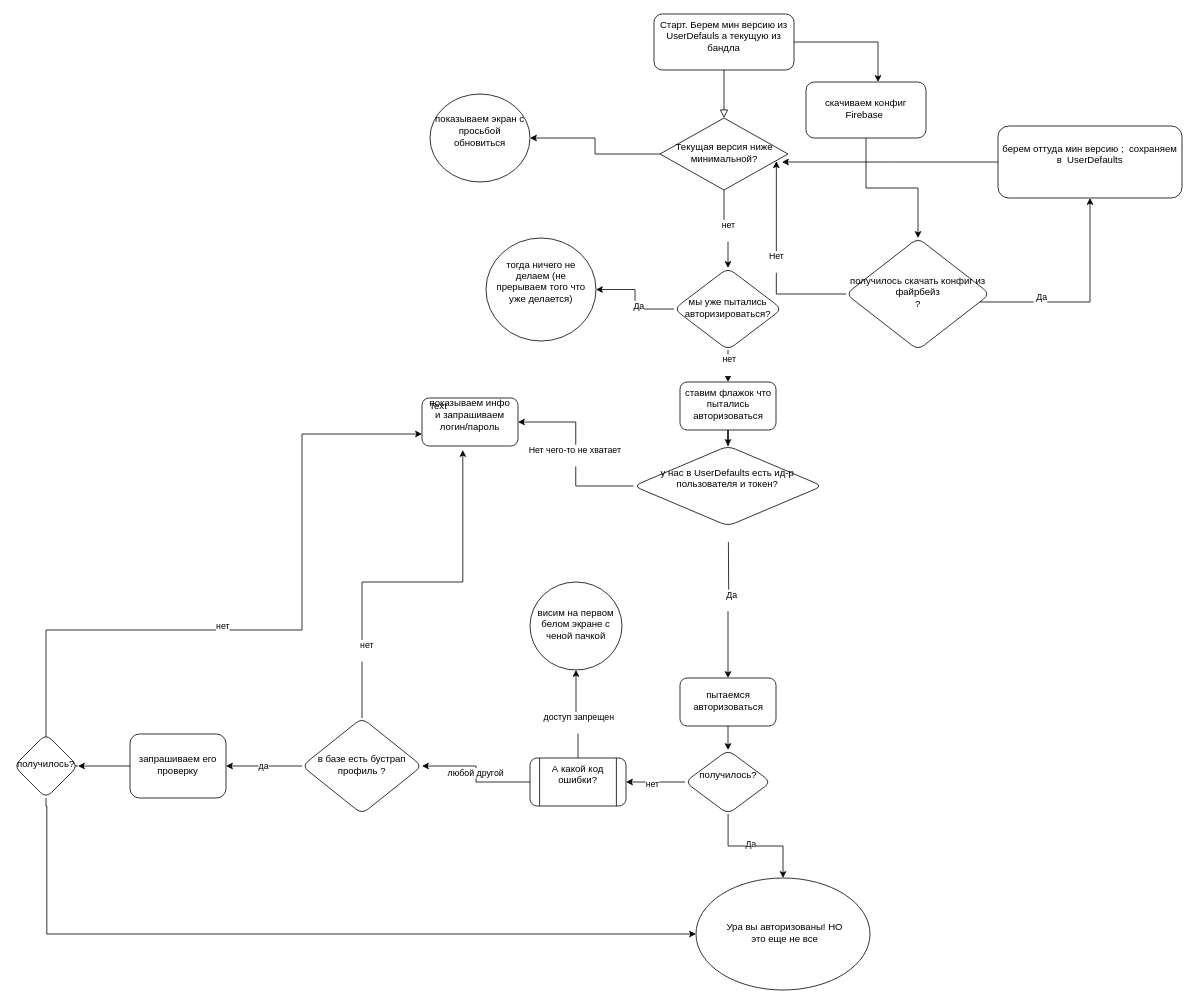
Izulle/Draw keeps this draw.io diagram as page "Page-1" (1 of 2) of Диаграмма без названия.drawio. Above is the earlier version. Source tidied: cells renumbered, new cells numbered last; positions are measured from the earlier drawing's top-left corner, leaving out a move shared by most shapes. Both pictures are drawn from the tidied source at 80%, with x=0, y=0 at pixel (14, 14).
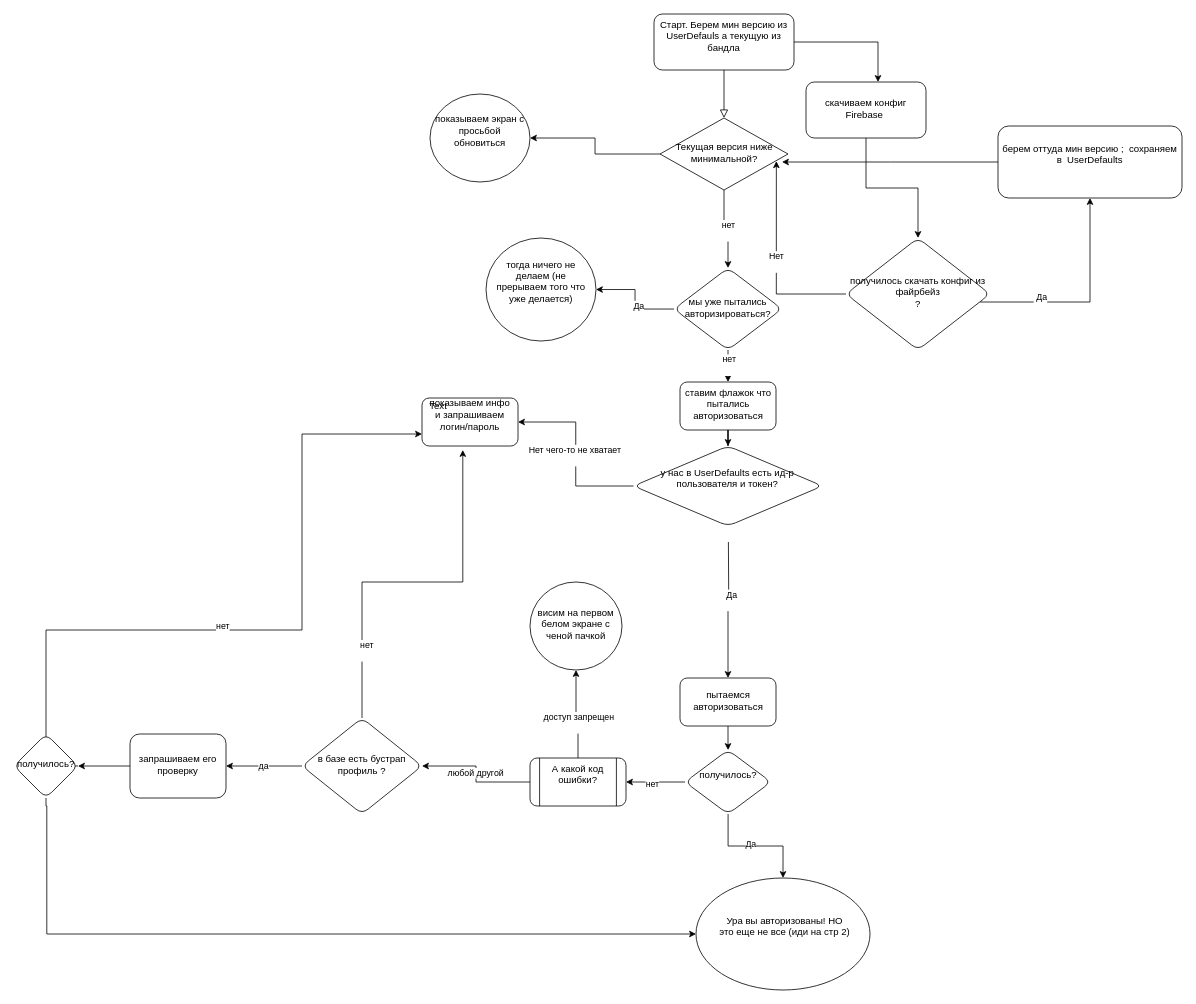
The same page after the edit.

Change to the diagram source:
```diff
@@
-    <mxCell id="56" value="&lt;div&gt;&amp;nbsp;Ура вы авторизованы! НО&lt;/div&gt;&lt;div&gt;&amp;nbsp;это еще не все&lt;/div&gt;" style="ellipse;whiteSpace=wrap;html=1;rounded=1;shadow=0;strokeWidth=1;spacing=6;spacingTop=-4;" parent="1" vertex="1">
+    <mxCell id="56" value="&lt;div&gt;&amp;nbsp;Ура вы авторизованы! НО&lt;/div&gt;&lt;div&gt;&amp;nbsp;это еще не все (иди на стр 2)&lt;/div&gt;&lt;div&gt;&lt;br&gt;&lt;/div&gt;" style="ellipse;whiteSpace=wrap;html=1;rounded=1;shadow=0;strokeWidth=1;spacing=6;spacingTop=-4;" parent="1" vertex="1">
       <mxGeometry x="852.5" y="1080" width="217.5" height="140" as="geometry" />
     </mxCell>
```
